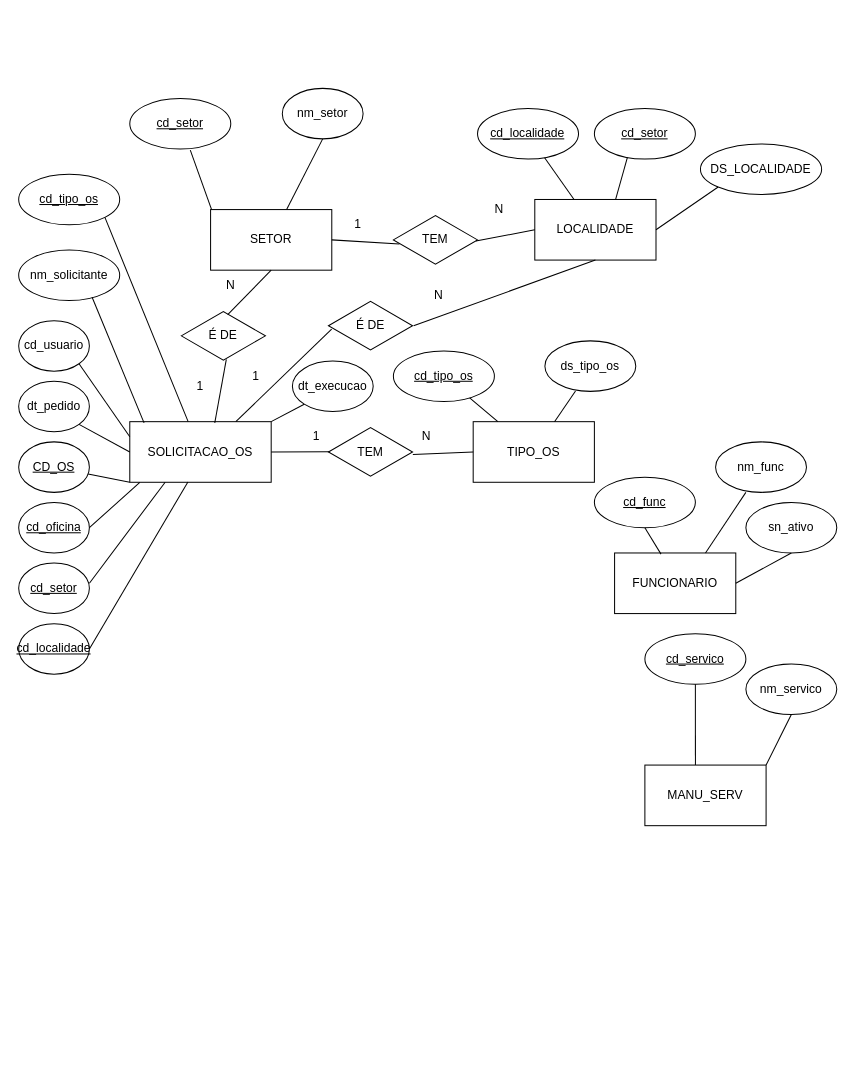
Above: manutenção_sla.drawio in marcos-renato/MODELOS-DRAWIO (draw.io), before the change. Source tidied: cells renumbered, new cells numbered last; positions are measured from the earlier drawing's top-left corner, leaving out a move shared by most shapes. Both pictures are drawn from the tidied source at 101%, with x=0, y=0 at pixel (18, 88).
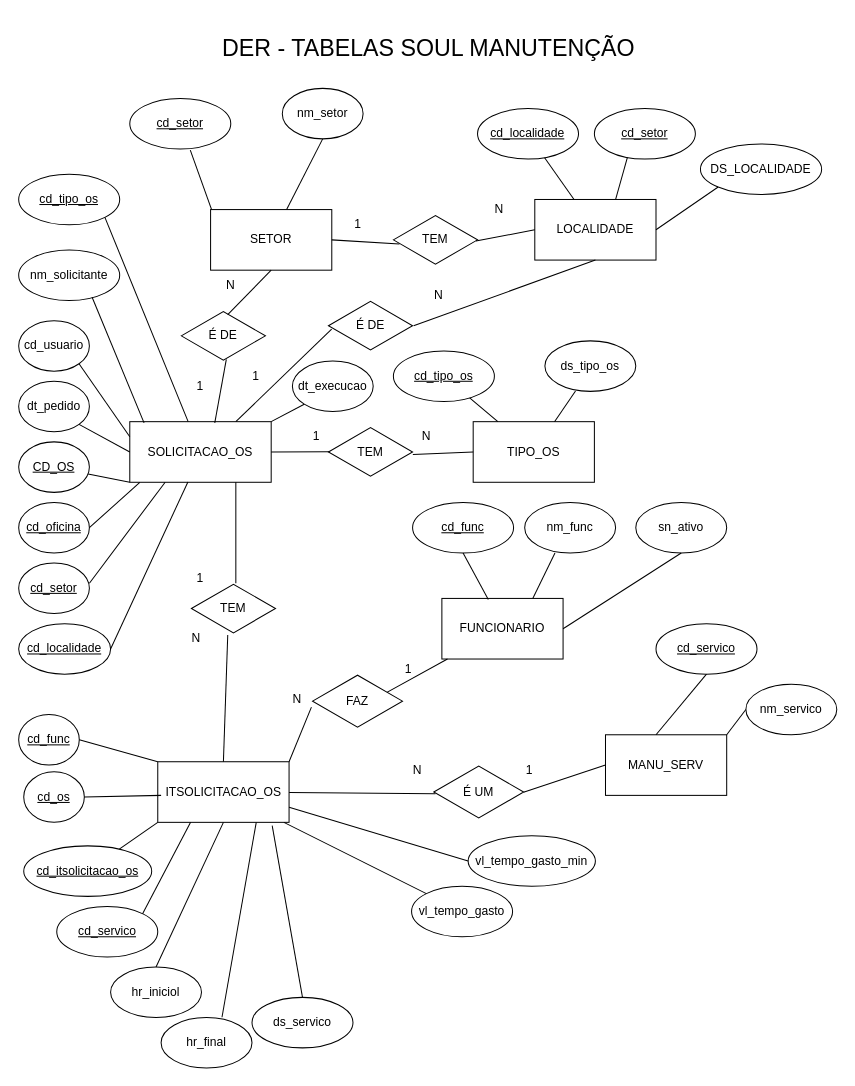
After the change.

The change refers to these unchanged cells:
```xml
<mxCell id="2" value="SOLICITACAO_OS" style="rounded=0;whiteSpace=wrap;html=1;" parent="1" vertex="1">
  <mxGeometry x="110" y="330" width="140" height="60" as="geometry" />
</mxCell>
```

The edit, as a diff of the source:
```diff
@@
     <mxCell id="4" value="MANU_SERV" style="rounded=0;whiteSpace=wrap;html=1;" parent="1" vertex="1">
-      <mxGeometry x="620" y="670" width="120" height="60" as="geometry" />
+      <mxGeometry x="581" y="640" width="120" height="60" as="geometry" />
     </mxCell>
@@
     <mxCell id="21" value="&lt;u&gt;cd_localidade&lt;/u&gt;" style="ellipse;whiteSpace=wrap;html=1;" parent="1" vertex="1">
-      <mxGeometry y="530" width="70" height="50" as="geometry" />
+      <mxGeometry y="530" width="91" height="50" as="geometry" />
     </mxCell>
@@
     <mxCell id="32" value="FUNCIONARIO" style="rounded=0;whiteSpace=wrap;html=1;" parent="1" vertex="1">
-      <mxGeometry x="590" y="460" width="120" height="60" as="geometry" />
+      <mxGeometry x="419" y="505" width="120" height="60" as="geometry" />
     </mxCell>
     <mxCell id="33" value="&lt;u&gt;cd_func&lt;/u&gt;" style="ellipse;whiteSpace=wrap;html=1;" parent="1" vertex="1">
-      <mxGeometry x="570" y="385" width="100" height="50" as="geometry" />
+      <mxGeometry x="390" y="410" width="100" height="50" as="geometry" />
     </mxCell>
@@
     <mxCell id="35" value="nm_func" style="ellipse;whiteSpace=wrap;html=1;" parent="1" vertex="1">
-      <mxGeometry x="690" y="350" width="90" height="50" as="geometry" />
+      <mxGeometry x="501" y="410" width="90" height="50" as="geometry" />
     </mxCell>
@@
     <mxCell id="37" value="sn_ativo" style="ellipse;whiteSpace=wrap;html=1;" parent="1" vertex="1">
-      <mxGeometry x="720" y="410" width="90" height="50" as="geometry" />
+      <mxGeometry x="611" y="410" width="90" height="50" as="geometry" />
     </mxCell>
@@
     <mxCell id="41" value="&lt;u&gt;cd_servico&lt;/u&gt;" style="ellipse;whiteSpace=wrap;html=1;" parent="1" vertex="1">
-      <mxGeometry x="620" y="540" width="100" height="50" as="geometry" />
+      <mxGeometry x="631" y="530" width="100" height="50" as="geometry" />
     </mxCell>
     <mxCell id="42" value="nm_servico" style="ellipse;whiteSpace=wrap;html=1;" parent="1" vertex="1">
-      <mxGeometry x="720" y="570" width="90" height="50" as="geometry" />
+      <mxGeometry x="720" y="590" width="90" height="50" as="geometry" />
     </mxCell>
@@
-    <mxCell id="44" style="endArrow=none;html=1;rounded=0;entryX=0.5;entryY=1;entryDx=0;entryDy=0;exitX=1;exitY=0;exitDx=0;exitDy=0;" parent="1" edge="1" source="4" target="42">
+    <mxCell id="44" style="endArrow=none;html=1;rounded=0;entryX=0;entryY=0.5;entryDx=0;entryDy=0;exitX=1;exitY=0;exitDx=0;exitDy=0;" parent="1" edge="1" source="4" target="42">
       <mxGeometry relative="1" as="geometry" />
     </mxCell>
@@
+    <mxCell id="70" style="endArrow=none;html=1;rounded=0;entryX=0.75;entryY=1;entryDx=0;entryDy=0;" parent="1" edge="1" target="2">
+      <mxGeometry relative="1" as="geometry">
+        <mxPoint x="215" y="490" as="sourcePoint" />
+      </mxGeometry>
+    </mxCell>
+    <mxCell id="71" style="endArrow=none;html=1;rounded=0;" parent="1" edge="1" target="32">
+      <mxGeometry relative="1" as="geometry">
+        <mxPoint x="361" y="600" as="sourcePoint" />
+      </mxGeometry>
+    </mxCell>
+    <mxCell id="72" style="endArrow=none;html=1;rounded=0;entryX=0;entryY=0.5;entryDx=0;entryDy=0;exitX=0.998;exitY=0.503;exitDx=0;exitDy=0;exitPerimeter=0;" parent="1" edge="1" source="80" target="4">
+      <mxGeometry relative="1" as="geometry" />
+    </mxCell>
+    <mxCell id="73" value="N" style="text;html=1;strokeColor=none;fillColor=none;align=center;verticalAlign=middle;whiteSpace=wrap;rounded=0;" parent="1" vertex="1">
+      <mxGeometry x="161" y="530" width="30" height="30" as="geometry" />
+    </mxCell>
+    <mxCell id="74" value="N" style="text;html=1;strokeColor=none;fillColor=none;align=center;verticalAlign=middle;whiteSpace=wrap;rounded=0;" parent="1" vertex="1">
+      <mxGeometry x="380" y="660" width="30" height="30" as="geometry" />
+    </mxCell>
+    <mxCell id="75" value="1" style="text;html=1;strokeColor=none;fillColor=none;align=center;verticalAlign=middle;whiteSpace=wrap;rounded=0;" parent="1" vertex="1">
+      <mxGeometry x="165" y="470" width="30" height="30" as="geometry" />
+    </mxCell>
+    <mxCell id="76" value="&lt;u&gt;cd_itsolicitacao_os&lt;/u&gt;" style="ellipse;whiteSpace=wrap;html=1;" parent="1" vertex="1">
+      <mxGeometry x="5" y="750" width="126.7" height="50" as="geometry" />
+    </mxCell>
+    <mxCell id="77" value="ITSOLICITACAO_OS" style="rounded=0;whiteSpace=wrap;html=1;" parent="1" vertex="1">
+      <mxGeometry x="137.7" y="666.7" width="130" height="60" as="geometry" />
+    </mxCell>
+    <mxCell id="78" value="TEM" style="html=1;whiteSpace=wrap;shape=isoRectangle;" parent="1" vertex="1">
+      <mxGeometry x="171" y="490" width="83.3" height="50" as="geometry" />
+    </mxCell>
+    <mxCell id="79" value="FAZ" style="html=1;whiteSpace=wrap;shape=isoRectangle;" parent="1" vertex="1">
+      <mxGeometry x="291" y="580" width="89" height="53.4" as="geometry" />
+    </mxCell>
+    <mxCell id="80" value="É UM" style="html=1;whiteSpace=wrap;shape=isoRectangle;" parent="1" vertex="1">
+      <mxGeometry x="411" y="670" width="89" height="53.4" as="geometry" />
+    </mxCell>
+    <mxCell id="81" style="endArrow=none;html=1;rounded=0;entryX=0.432;entryY=1.023;entryDx=0;entryDy=0;entryPerimeter=0;exitX=0.5;exitY=0;exitDx=0;exitDy=0;" parent="1" edge="1" source="77" target="78">
+      <mxGeometry relative="1" as="geometry" />
+    </mxCell>
+    <mxCell id="82" style="endArrow=none;html=1;rounded=0;entryX=-0.013;entryY=0.61;entryDx=0;entryDy=0;entryPerimeter=0;exitX=1;exitY=0;exitDx=0;exitDy=0;" parent="1" edge="1" source="77" target="79">
+      <mxGeometry relative="1" as="geometry" />
+    </mxCell>
+    <mxCell id="83" style="endArrow=none;html=1;rounded=0;entryX=0.019;entryY=0.53;entryDx=0;entryDy=0;entryPerimeter=0;" parent="1" edge="1" source="77" target="80">
+      <mxGeometry relative="1" as="geometry" />
+    </mxCell>
+    <mxCell id="84" value="1" style="text;html=1;strokeColor=none;fillColor=none;align=center;verticalAlign=middle;whiteSpace=wrap;rounded=0;" parent="1" vertex="1">
+      <mxGeometry x="371" y="560" width="30" height="30" as="geometry" />
+    </mxCell>
+    <mxCell id="85" value="N" style="text;html=1;strokeColor=none;fillColor=none;align=center;verticalAlign=middle;whiteSpace=wrap;rounded=0;" parent="1" vertex="1">
+      <mxGeometry x="261" y="590" width="30" height="30" as="geometry" />
+    </mxCell>
+    <mxCell id="86" value="1" style="text;html=1;strokeColor=none;fillColor=none;align=center;verticalAlign=middle;whiteSpace=wrap;rounded=0;" parent="1" vertex="1">
+      <mxGeometry x="491" y="660" width="30" height="30" as="geometry" />
+    </mxCell>
+    <mxCell id="87" style="endArrow=none;html=1;rounded=0;exitX=0;exitY=1;exitDx=0;exitDy=0;" parent="1" edge="1" source="77" target="76">
+      <mxGeometry relative="1" as="geometry" />
+    </mxCell>
+    <mxCell id="88" value="&lt;u&gt;cd_os&lt;/u&gt;" style="ellipse;whiteSpace=wrap;html=1;" parent="1" vertex="1">
+      <mxGeometry x="5" y="676.7" width="60" height="50" as="geometry" />
+    </mxCell>
+    <mxCell id="89" style="endArrow=none;html=1;rounded=0;exitX=1;exitY=0.5;exitDx=0;exitDy=0;" parent="1" edge="1" source="88">
+      <mxGeometry relative="1" as="geometry">
+        <mxPoint x="141" y="700" as="targetPoint" />
+      </mxGeometry>
+    </mxCell>
+    <mxCell id="90" value="&lt;u&gt;cd_func&lt;/u&gt;" style="ellipse;whiteSpace=wrap;html=1;" parent="1" vertex="1">
+      <mxGeometry y="620" width="60" height="50" as="geometry" />
+    </mxCell>
+    <mxCell id="91" style="endArrow=none;html=1;rounded=0;exitX=1;exitY=0.5;exitDx=0;exitDy=0;entryX=0;entryY=0;entryDx=0;entryDy=0;" parent="1" edge="1" source="90" target="77">
+      <mxGeometry relative="1" as="geometry" />
+    </mxCell>
+    <mxCell id="92" value="&lt;u&gt;cd_servico&lt;/u&gt;" style="ellipse;whiteSpace=wrap;html=1;" parent="1" vertex="1">
+      <mxGeometry x="37.7" y="810" width="100" height="50" as="geometry" />
+    </mxCell>
+    <mxCell id="93" style="endArrow=none;html=1;rounded=0;exitX=1;exitY=0;exitDx=0;exitDy=0;entryX=0.25;entryY=1;entryDx=0;entryDy=0;" parent="1" edge="1" source="92" target="77">
+      <mxGeometry relative="1" as="geometry" />
+    </mxCell>
+    <mxCell id="94" value="hr_iniciol" style="ellipse;whiteSpace=wrap;html=1;" parent="1" vertex="1">
+      <mxGeometry x="91" y="870" width="90" height="50" as="geometry" />
+    </mxCell>
+    <mxCell id="95" value="hr_final" style="ellipse;whiteSpace=wrap;html=1;" parent="1" vertex="1">
+      <mxGeometry x="141" y="920" width="90" height="50" as="geometry" />
+    </mxCell>
+    <mxCell id="96" style="edgeStyle=orthogonalEdgeStyle;rounded=0;orthogonalLoop=1;jettySize=auto;html=1;exitX=0.5;exitY=1;exitDx=0;exitDy=0;" parent="1" edge="1" source="94" target="94">
+      <mxGeometry relative="1" as="geometry" />
+    </mxCell>
+    <mxCell id="97" style="endArrow=none;html=1;rounded=0;entryX=0.5;entryY=1;entryDx=0;entryDy=0;exitX=0.5;exitY=0;exitDx=0;exitDy=0;" parent="1" edge="1" source="94" target="77">
+      <mxGeometry relative="1" as="geometry" />
+    </mxCell>
+    <mxCell id="98" style="endArrow=none;html=1;rounded=0;exitX=0.75;exitY=1;exitDx=0;exitDy=0;entryX=0.67;entryY=-0.006;entryDx=0;entryDy=0;entryPerimeter=0;" parent="1" edge="1" source="77" target="95">
+      <mxGeometry relative="1" as="geometry" />
+    </mxCell>
+    <mxCell id="99" value="vl_tempo_gasto_min" style="ellipse;whiteSpace=wrap;html=1;" parent="1" vertex="1">
+      <mxGeometry x="445" y="740" width="126" height="50" as="geometry" />
+    </mxCell>
+    <mxCell id="100" style="endArrow=none;html=1;rounded=0;exitX=1;exitY=0.75;exitDx=0;exitDy=0;entryX=0;entryY=0.5;entryDx=0;entryDy=0;" parent="1" edge="1" source="77" target="99">
+      <mxGeometry relative="1" as="geometry" />
+    </mxCell>
+    <mxCell id="101" value="vl_tempo_gasto" style="ellipse;whiteSpace=wrap;html=1;" parent="1" vertex="1">
+      <mxGeometry x="389" y="790" width="100" height="50" as="geometry" />
+    </mxCell>
+    <mxCell id="102" style="endArrow=none;html=1;rounded=0;" parent="1" edge="1" source="77" target="101">
+      <mxGeometry relative="1" as="geometry" />
+    </mxCell>
+    <mxCell id="103" value="ds_servico" style="ellipse;whiteSpace=wrap;html=1;" parent="1" vertex="1">
+      <mxGeometry x="231" y="900" width="100" height="50" as="geometry" />
+    </mxCell>
+    <mxCell id="104" style="endArrow=none;html=1;rounded=0;entryX=0.5;entryY=0;entryDx=0;entryDy=0;" parent="1" edge="1" target="103">
+      <mxGeometry relative="1" as="geometry">
+        <mxPoint x="251" y="730" as="sourcePoint" />
+      </mxGeometry>
+    </mxCell>
+    <mxCell id="105" value="&lt;font style=&quot;font-size: 23px;&quot;&gt;DER - TABELAS SOUL MANUTENÇÃO&lt;/font&gt;" style="text;html=1;strokeColor=none;fillColor=none;align=center;verticalAlign=middle;whiteSpace=wrap;rounded=0;" parent="1" vertex="1">
+      <mxGeometry x="1" y="-70" width="810" height="60" as="geometry" />
+    </mxCell>
```
